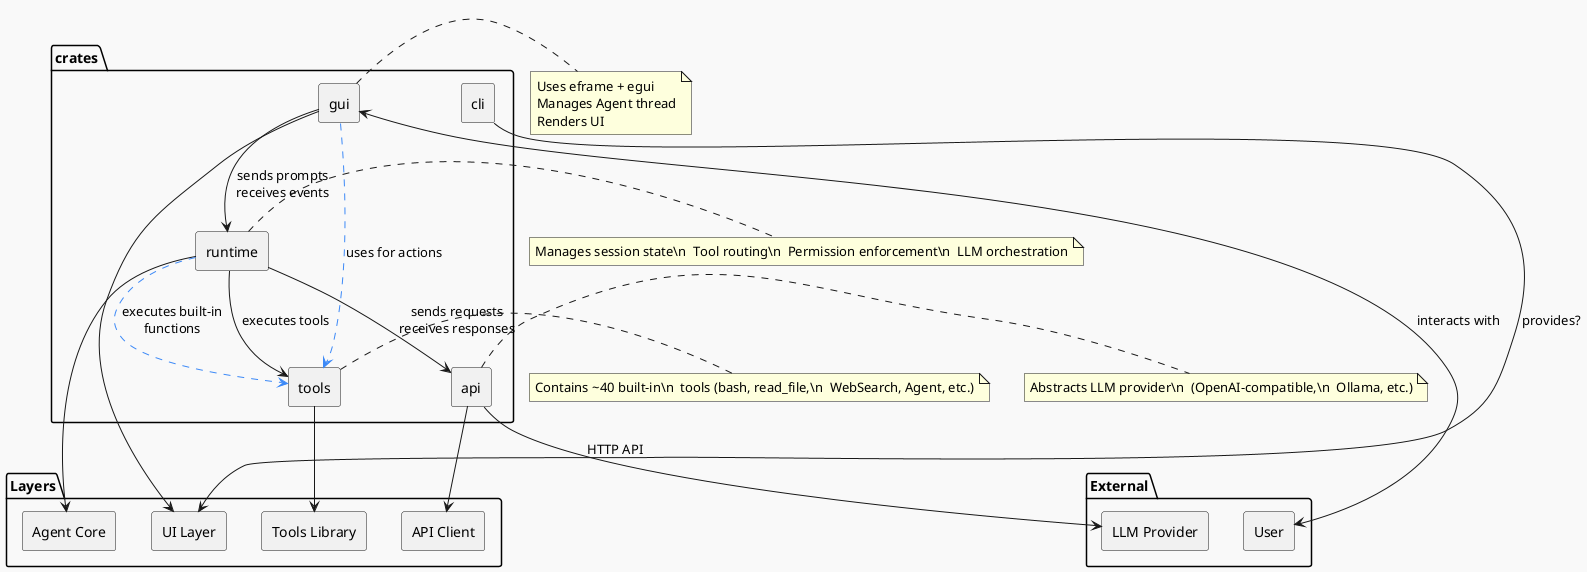
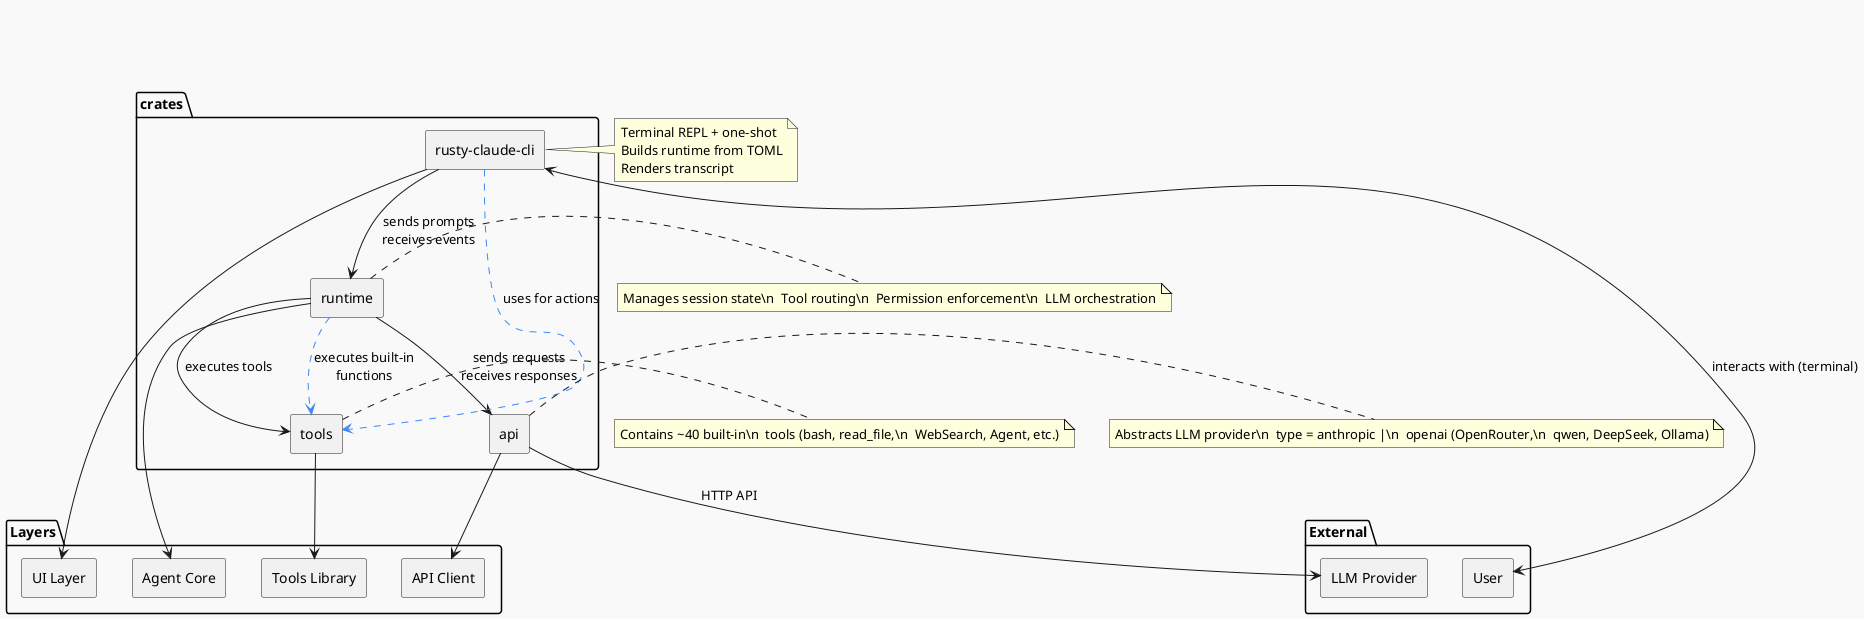
@startuml
skinparam componentStyle rectangle
skinparam backgroundColor #F9F9F9
skinparam shadowing false

package "crates" {
-     [cli] as cli
-     [gui] as gui
+     [rusty-claude-cli] as cli
    [tools] as tools
    [runtime] as runtime
    [api] as api
}

package "Layers" {
    [UI Layer] as ui_layer
    [Agent Core] as agent_core
    [Tools Library] as tools_lib
    [API Client] as api_client
}

package "External" {
    [User] as user
    [LLM Provider] as llm_provider
}

' Привязка крейтов к слоям
- cli --> ui_layer : provides?
- gui --> ui_layer
+ cli --> ui_layer
runtime --> agent_core
tools --> tools_lib
api --> api_client

' Взаимодействие между слоями
- user <--> gui : interacts with
- gui --> runtime : sends prompts\nreceives events
+ user <--> cli : interacts with (terminal)
+ cli --> runtime : sends prompts\nreceives events
runtime --> tools : executes tools
runtime --> api : sends requests\nreceives responses
api --> llm_provider : HTTP API

- gui .[#3C89F7].> tools : uses for actions
+ cli .[#3C89F7].> tools : uses for actions
runtime .[#3C89F7].> tools : executes built-in\nfunctions

- note right of gui
-   Uses eframe + egui
-   Manages Agent thread
-   Renders UI
+ note right of cli
+   Terminal REPL + one-shot
+   Builds runtime from TOML
+   Renders transcript
end note

note right of runtime
  Manages session state\n  Tool routing\n  Permission enforcement\n  LLM orchestration
end note

note right of tools
  Contains ~40 built-in\n  tools (bash, read_file,\n  WebSearch, Agent, etc.)
end note

note right of api
-   Abstracts LLM provider\n  (OpenAI-compatible,\n  Ollama, etc.)
+   Abstracts LLM provider\n  type = anthropic |\n  openai (OpenRouter,\n  qwen, DeepSeek, Ollama)
end note

@enduml